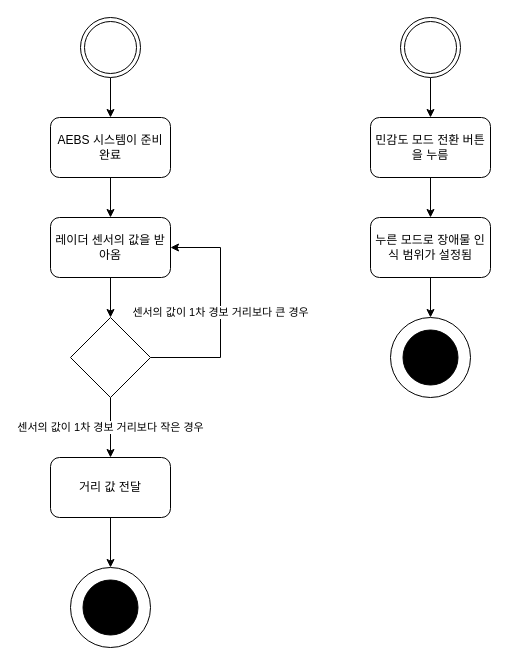
Above: inSick.drawio in ONFFLine/Diagram (draw.io), before the change. Source tidied: cells renumbered, new cells numbered last; positions are measured from the earlier drawing's top-left corner, leaving out a move shared by most shapes. Both pictures are drawn from the tidied source at 100%, with x=0, y=0 at pixel (50, 17).
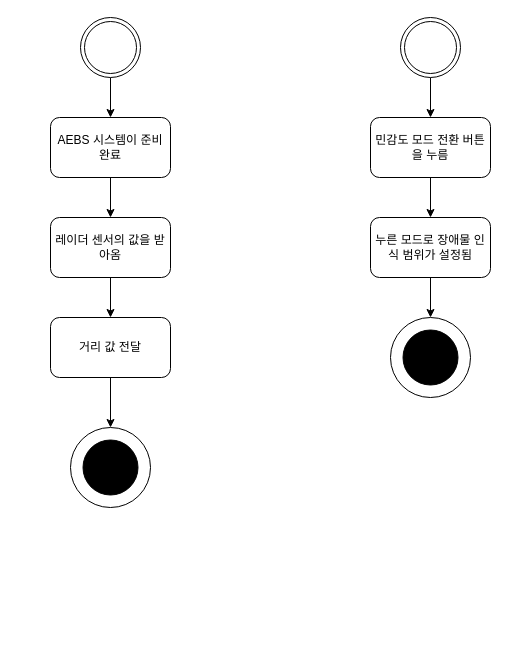
Above is the later version.

The change refers to these unchanged cells:
```xml
<mxCell id="7" value="레이더 센서의 값을 받아옴" style="rounded=1;whiteSpace=wrap;html=1;" parent="1" vertex="1">
  <mxGeometry y="200" width="120" height="60" as="geometry" />
</mxCell>
```

Change to the diagram source:
```diff
@@
-    <mxCell id="6" style="edgeStyle=orthogonalEdgeStyle;rounded=0;jettySize=auto;html=1;" parent="1" edge="1" source="7" target="10">
+    <mxCell id="6" style="edgeStyle=orthogonalEdgeStyle;rounded=0;jettySize=auto;html=1;" parent="1" edge="1" source="7" target="18">
       <mxGeometry relative="1" as="geometry" />
     </mxCell>
@@
-    <mxCell id="8" value="센서의 값이 1차 경보 거리보다 작은 경우" style="edgeStyle=orthogonalEdgeStyle;rounded=0;jettySize=auto;html=1;" parent="1" edge="1" source="10" target="18">
-      <mxGeometry relative="1" as="geometry" />
-    </mxCell>
-    <mxCell id="9" value="센서의 값이 1차 경보 거리보다 큰 경우" style="edgeStyle=orthogonalEdgeStyle;rounded=0;jettySize=auto;html=1;entryX=1;entryY=0.5;entryDx=0;entryDy=0;" parent="1" edge="1" source="10" target="7">
-      <mxGeometry relative="1" as="geometry">
-        <Array as="points">
-          <mxPoint x="170" y="340" />
-          <mxPoint x="170" y="230" />
-        </Array>
-      </mxGeometry>
-    </mxCell>
-    <mxCell id="10" style="rhombus;whiteSpace=wrap;html=1;" parent="1" vertex="1">
-      <mxGeometry x="20" y="300" width="80" height="80" as="geometry" />
-    </mxCell>
@@
     <mxCell id="18" value="거리 값 전달" style="rounded=1;whiteSpace=wrap;html=1;" parent="1" vertex="1">
-      <mxGeometry y="440" width="120" height="60" as="geometry" />
+      <mxGeometry y="300" width="120" height="60" as="geometry" />
     </mxCell>
@@
     <mxCell id="21" style="ellipse;whiteSpace=wrap;html=1;fillColor=#FFFFFF;" parent="1" vertex="1">
-      <mxGeometry x="20" y="550" width="80" height="80" as="geometry" />
+      <mxGeometry x="20" y="410" width="80" height="80" as="geometry" />
     </mxCell>
     <mxCell id="22" style="ellipse;whiteSpace=wrap;html=1;fillColor=#000000;" parent="1" vertex="1">
-      <mxGeometry x="32.5" y="562.5" width="55" height="55" as="geometry" />
+      <mxGeometry x="32.5" y="422.5" width="55" height="55" as="geometry" />
     </mxCell>
```
